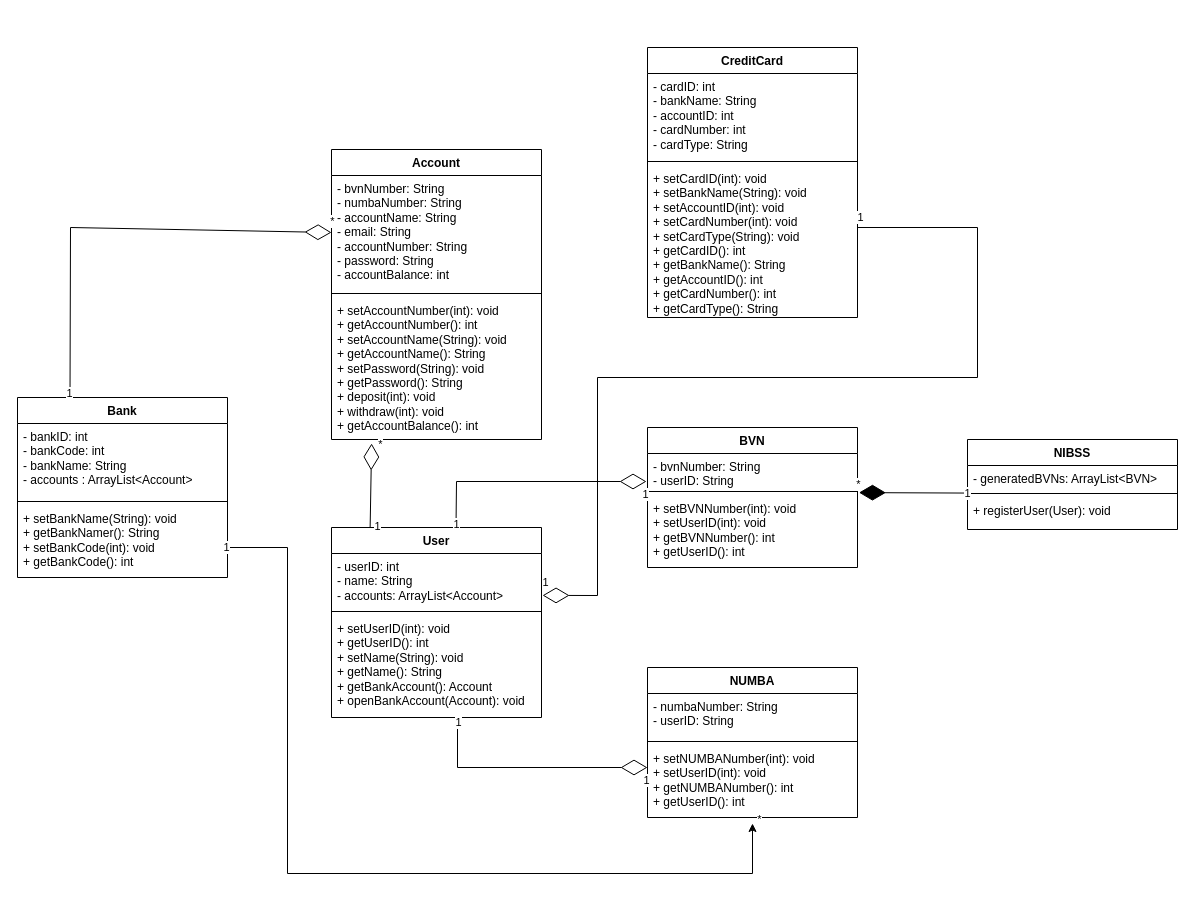
The draw.io diagram Diagrams/Bank System v2.0 Class Diagram.drawio in Adamsonoladipupo/Bank-System-v2.0, before the edit. Source tidied: cells renumbered, new cells numbered last; positions are measured from the earlier drawing's top-left corner, leaving out a move shared by most shapes. Both pictures are drawn from the tidied source at 100%, with x=0, y=0 at pixel (17, 47).
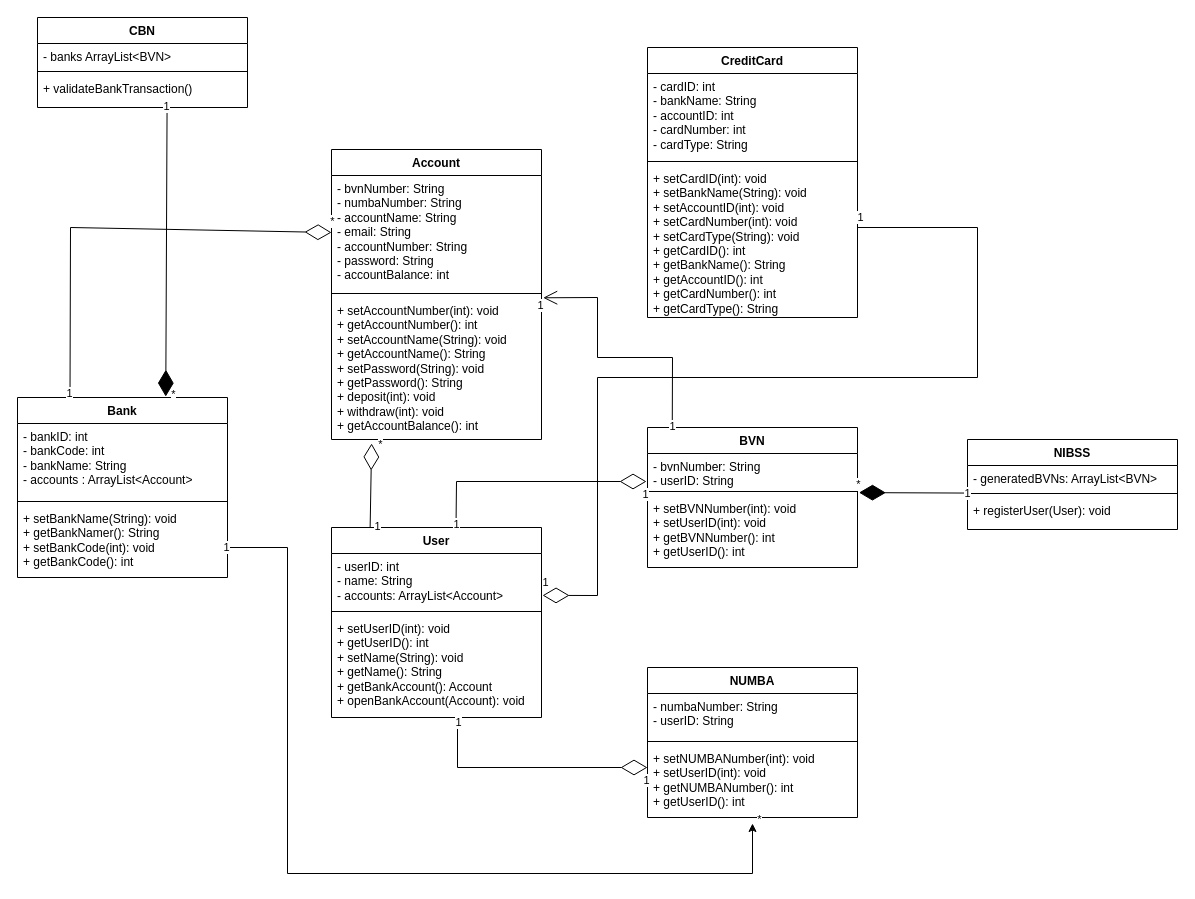
Above is the later version.

The change refers to these unchanged cells:
```xml
<mxCell id="5" value="+ setAccountNumber(int): void&lt;div&gt;+ getAccountNumber(): int&lt;/div&gt;&lt;div&gt;+ setAccountName(String): void&lt;div&gt;+ getAccountName(): String&lt;/div&gt;&lt;div&gt;&lt;div&gt;+ setPassword(String): void&lt;div&gt;+ getPassword(): String&lt;/div&gt;&lt;div&gt;+ deposit(int): void&lt;div&gt;+ withdraw(int): void&lt;/div&gt;&lt;/div&gt;&lt;/div&gt;&lt;/div&gt;&lt;/div&gt;&lt;div&gt;+ getAccountBalance(): int&lt;/div&gt;" style="text;strokeColor=none;fillColor=none;align=left;verticalAlign=top;spacingLeft=4;spacingRight=4;overflow=hidden;points=[[0,0.5],[1,0.5]];portConstraint=eastwest;whiteSpace=wrap;html=1;" parent="2" vertex="1">
  <mxGeometry y="148" width="210" height="142" as="geometry" />
</mxCell>
<mxCell id="6" value="Bank" style="swimlane;fontStyle=1;align=center;verticalAlign=top;horizontal=1;startSize=26;whiteSpace=wrap;html=1;" parent="1" vertex="1">
  <mxGeometry y="350" width="210" height="180" as="geometry" />
</mxCell>
<mxCell id="14" value="BVN" style="swimlane;fontStyle=1;align=center;verticalAlign=top;horizontal=1;startSize=26;whiteSpace=wrap;html=1;" parent="1" vertex="1">
  <mxGeometry x="630" y="380" width="210" height="140" as="geometry" />
</mxCell>
```

Diff of the diagram source:
```diff
@@
+    <mxCell id="51" style="endArrow=open;endFill=1;endSize=12;html=1;rounded=0;exitX=0.118;exitY=-0.024;exitDx=0;exitDy=0;exitPerimeter=0;entryX=1.008;entryY=0.002;entryDx=0;entryDy=0;entryPerimeter=0;" parent="1" edge="1" source="14" target="5">
+      <mxGeometry relative="1" as="geometry">
+        <Array as="points">
+          <mxPoint x="655" y="310" />
+          <mxPoint x="580" y="310" />
+          <mxPoint x="580" y="250" />
+        </Array>
+      </mxGeometry>
+    </mxCell>
+    <mxCell id="52" value="1" style="edgeLabel;html=1;align=center;verticalAlign=middle;" parent="51" vertex="1">
+      <mxGeometry x="-0.96" relative="1" as="geometry">
+        <mxPoint y="7" as="offset" />
+      </mxGeometry>
+    </mxCell>
+    <mxCell id="53" value="1" style="edgeLabel;html=1;align=center;verticalAlign=middle;" parent="51" vertex="1">
+      <mxGeometry x="0.97" y="-2" relative="1" as="geometry">
+        <mxPoint x="-7" y="9" as="offset" />
+      </mxGeometry>
+    </mxCell>
+    <mxCell id="54" value="CBN" style="swimlane;fontStyle=1;align=center;verticalAlign=top;horizontal=1;startSize=26;whiteSpace=wrap;html=1;" parent="1" vertex="1">
+      <mxGeometry x="20" y="-30" width="210" height="90" as="geometry" />
+    </mxCell>
+    <mxCell id="55" value="- banks ArrayList&amp;lt;BVN&amp;gt;" style="text;strokeColor=none;fillColor=none;align=left;verticalAlign=top;spacingLeft=4;spacingRight=4;overflow=hidden;whiteSpace=wrap;html=1;" parent="54" vertex="1">
+      <mxGeometry y="26" width="210" height="24" as="geometry" />
+    </mxCell>
+    <mxCell id="56" style="line;strokeWidth=1;fillColor=none;align=left;verticalAlign=middle;spacingTop=-1;spacingLeft=3;spacingRight=3;labelPosition=right;strokeColor=inherit;" parent="54" vertex="1">
+      <mxGeometry y="50" width="210" height="8" as="geometry" />
+    </mxCell>
+    <mxCell id="57" value="+ validateBankTransaction()" style="text;strokeColor=none;fillColor=none;align=left;verticalAlign=top;spacingLeft=4;spacingRight=4;overflow=hidden;points=[[0,0.5],[1,0.5]];portConstraint=eastwest;whiteSpace=wrap;html=1;" parent="54" vertex="1">
+      <mxGeometry y="58" width="210" height="32" as="geometry" />
+    </mxCell>
+    <mxCell id="58" style="endArrow=none;endFill=0;endSize=24;html=1;rounded=0;exitX=0.706;exitY=-0.005;exitDx=0;exitDy=0;exitPerimeter=0;entryX=0.617;entryY=1.019;entryDx=0;entryDy=0;entryPerimeter=0;startArrow=diamondThin;startFill=1;startSize=24;" parent="1" edge="1" source="6" target="57">
+      <mxGeometry relative="1" as="geometry" />
+    </mxCell>
+    <mxCell id="59" value="*" style="edgeLabel;html=1;align=center;verticalAlign=middle;" parent="58" vertex="1">
+      <mxGeometry x="-0.97" y="-1" relative="1" as="geometry">
+        <mxPoint x="6" y="1" as="offset" />
+      </mxGeometry>
+    </mxCell>
+    <mxCell id="60" value="1" style="edgeLabel;html=1;align=center;verticalAlign=middle;" parent="58" vertex="1">
+      <mxGeometry x="0.98" relative="1" as="geometry">
+        <mxPoint x="-1" y="-5" as="offset" />
+      </mxGeometry>
+    </mxCell>
```
